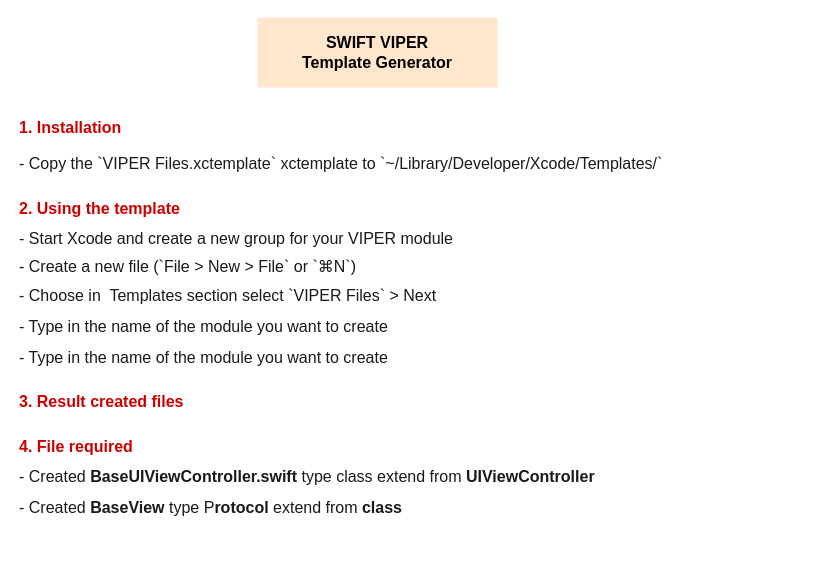
Earlier version of the draw.io diagram Untitled Diagram.drawio (peterkuch/cmadmob). Source tidied: cells renumbered, new cells numbered last; positions are measured from the earlier drawing's top-left corner, leaving out a move shared by most shapes. Both pictures are drawn from the tidied source at 100%, with x=0, y=0 at pixel (17, 17).
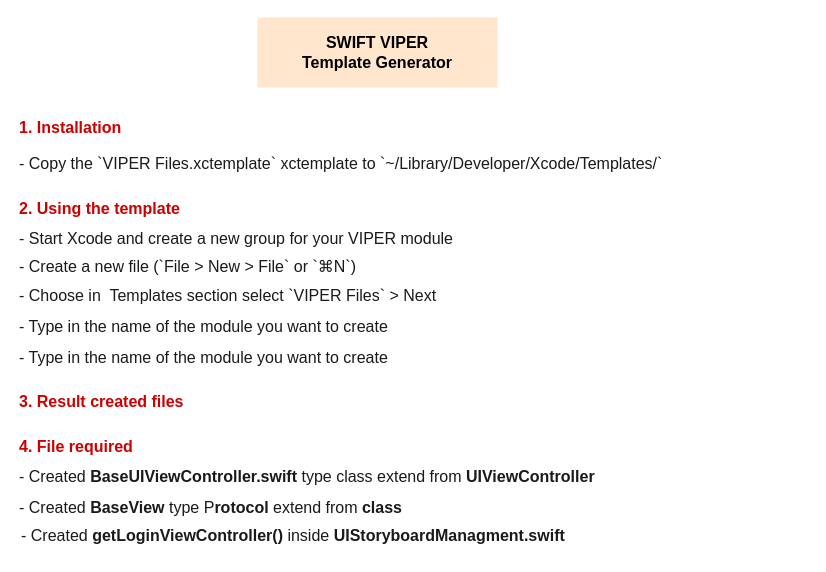
The same diagram, later.

The edit, as a diff of the source:
```diff
@@
 <mxGraphModel>
   <root>
     <mxCell id="0" />
     <mxCell id="1" parent="0" />
     <mxCell id="2" value="SWIFT VIPER &lt;br style=&quot;font-size: 16px;&quot;&gt;Template Generator" style="text;html=1;fillColor=#ffe6cc;align=center;verticalAlign=middle;whiteSpace=wrap;rounded=0;fontSize=16;fontStyle=1;" parent="1" vertex="1">
       <mxGeometry x="240" width="240" height="70" as="geometry" />
     </mxCell>
     <mxCell id="3" value="1. Installation" style="text;html=1;strokeColor=none;fillColor=none;align=left;verticalAlign=middle;whiteSpace=wrap;rounded=0;fontSize=16;fontColor=#CC0000;fontStyle=1;" parent="1" vertex="1">
       <mxGeometry y="100" width="240" height="20" as="geometry" />
     </mxCell>
     <mxCell id="4" value="- Copy the `VIPER Files.xctemplate` xctemplate&amp;nbsp;to `~/Library/Developer/Xcode/Templates/`" style="text;html=1;strokeColor=none;fillColor=none;align=left;verticalAlign=middle;whiteSpace=wrap;rounded=0;fontSize=16;fontColor=#1A1A1A;" parent="1" vertex="1">
       <mxGeometry y="126" width="790" height="40" as="geometry" />
     </mxCell>
     <mxCell id="5" value="2. Using the template" style="text;html=1;strokeColor=none;fillColor=none;align=left;verticalAlign=middle;whiteSpace=wrap;rounded=0;fontSize=16;fontColor=#CC0000;fontStyle=1;" parent="1" vertex="1">
       <mxGeometry y="181" width="240" height="20" as="geometry" />
     </mxCell>
     <mxCell id="6" value="- Start Xcode and create a new group for your VIPER module" style="text;html=1;strokeColor=none;fillColor=none;align=left;verticalAlign=middle;whiteSpace=wrap;rounded=0;fontSize=16;fontColor=#1A1A1A;" parent="1" vertex="1">
       <mxGeometry y="201" width="790" height="40" as="geometry" />
     </mxCell>
     <mxCell id="7" value="- Create a new file (`File &amp;gt; New &amp;gt; File` or `⌘N`)" style="text;html=1;strokeColor=none;fillColor=none;align=left;verticalAlign=middle;whiteSpace=wrap;rounded=0;fontSize=16;fontColor=#1A1A1A;" parent="1" vertex="1">
       <mxGeometry y="229" width="790" height="40" as="geometry" />
     </mxCell>
     <mxCell id="8" value="- Choose in&amp;nbsp; Templates section select `VIPER Files` &amp;gt; Next" style="text;html=1;strokeColor=none;fillColor=none;align=left;verticalAlign=middle;whiteSpace=wrap;rounded=0;fontSize=16;fontColor=#1A1A1A;" parent="1" vertex="1">
       <mxGeometry y="258" width="790" height="40" as="geometry" />
     </mxCell>
     <mxCell id="9" value="- Type in the name of the module you want to create" style="text;html=1;strokeColor=none;fillColor=none;align=left;verticalAlign=middle;whiteSpace=wrap;rounded=0;fontSize=16;fontColor=#1A1A1A;" parent="1" vertex="1">
       <mxGeometry y="289" width="790" height="40" as="geometry" />
     </mxCell>
     <mxCell id="10" value="- Type in the name of the module you want to create" style="text;html=1;strokeColor=none;fillColor=none;align=left;verticalAlign=middle;whiteSpace=wrap;rounded=0;fontSize=16;fontColor=#1A1A1A;" parent="1" vertex="1">
       <mxGeometry y="320" width="790" height="40" as="geometry" />
     </mxCell>
     <mxCell id="11" value="3. Result created files" style="text;html=1;strokeColor=none;fillColor=none;align=left;verticalAlign=middle;whiteSpace=wrap;rounded=0;fontSize=16;fontColor=#CC0000;fontStyle=1;" parent="1" vertex="1">
       <mxGeometry y="374" width="240" height="20" as="geometry" />
     </mxCell>
     <mxCell id="12" value="4. File required" style="text;html=1;strokeColor=none;fillColor=none;align=left;verticalAlign=middle;whiteSpace=wrap;rounded=0;fontSize=16;fontColor=#CC0000;fontStyle=1;" parent="1" vertex="1">
       <mxGeometry y="419" width="240" height="20" as="geometry" />
     </mxCell>
     <mxCell id="13" value="- Created&amp;nbsp;&lt;b&gt;BaseUIViewController.swift &lt;/b&gt;type class&amp;nbsp;extend from &lt;b&gt;UIViewController&lt;/b&gt;" style="text;html=1;strokeColor=none;fillColor=none;align=left;verticalAlign=middle;whiteSpace=wrap;rounded=0;fontSize=16;fontColor=#1A1A1A;" parent="1" vertex="1">
       <mxGeometry y="439" width="790" height="40" as="geometry" />
     </mxCell>
     <mxCell id="14" value="- Created&amp;nbsp;&lt;b&gt;BaseView&amp;nbsp;&lt;/b&gt;type P&lt;b&gt;rotocol&lt;/b&gt;&amp;nbsp;extend from &lt;b&gt;class&lt;/b&gt;" style="text;html=1;strokeColor=none;fillColor=none;align=left;verticalAlign=middle;whiteSpace=wrap;rounded=0;fontSize=16;fontColor=#1A1A1A;" parent="1" vertex="1">
       <mxGeometry y="470" width="790" height="40" as="geometry" />
     </mxCell>
+    <mxCell id="15" value="- Created&amp;nbsp;&lt;b&gt;getLoginViewController()&amp;nbsp;&lt;/b&gt;inside&amp;nbsp;&lt;b&gt;UIStoryboardManagment.swift&lt;/b&gt;" style="text;html=1;strokeColor=none;fillColor=none;align=left;verticalAlign=middle;whiteSpace=wrap;rounded=0;fontSize=16;fontColor=#1A1A1A;" parent="1" vertex="1">
+      <mxGeometry x="2" y="498" width="790" height="40" as="geometry" />
+    </mxCell>
   </root>
 </mxGraphModel>
```
